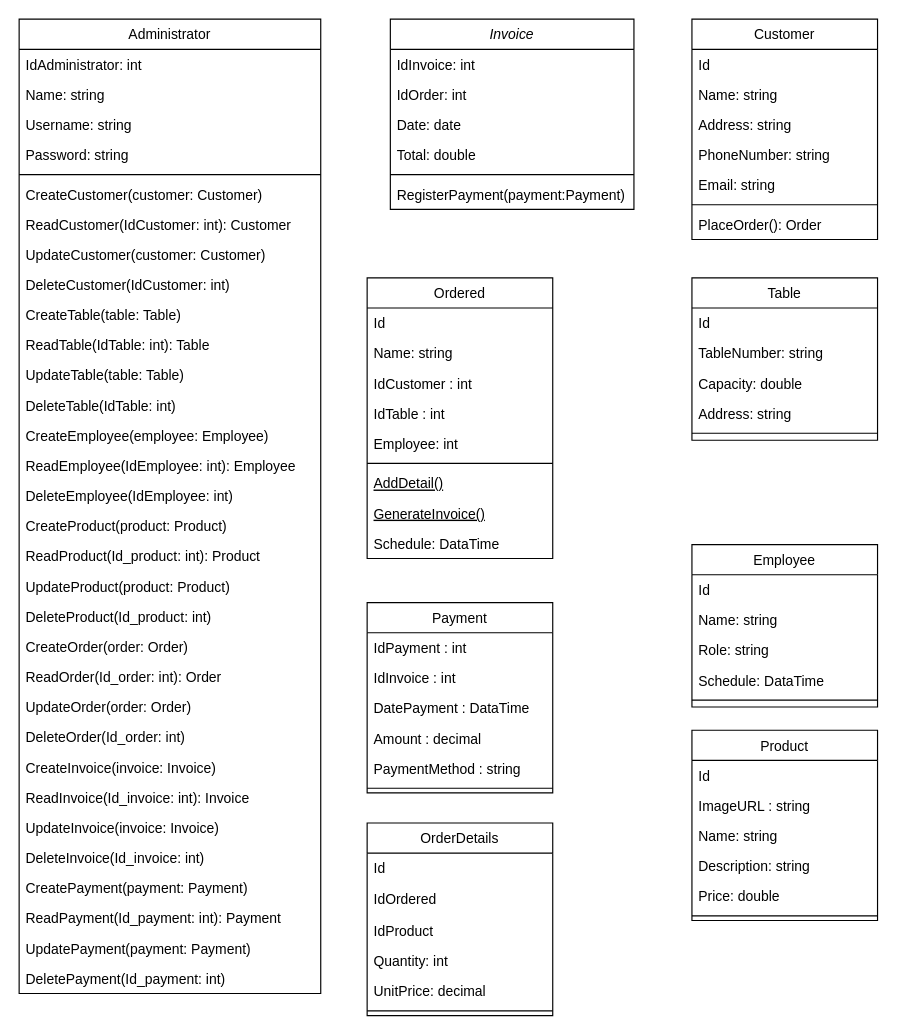
Above: page "CD" (1 of 3) of Documents/Diagrama sin título.drawio in KevinAlvarezD/RestAdmin (draw.io), before the change. Source tidied: cells renumbered, new cells numbered last; positions are measured from the earlier drawing's top-left corner, leaving out a move shared by most shapes. Both pictures are drawn from the tidied source at 116%, with x=0, y=0 at pixel (19, 19).
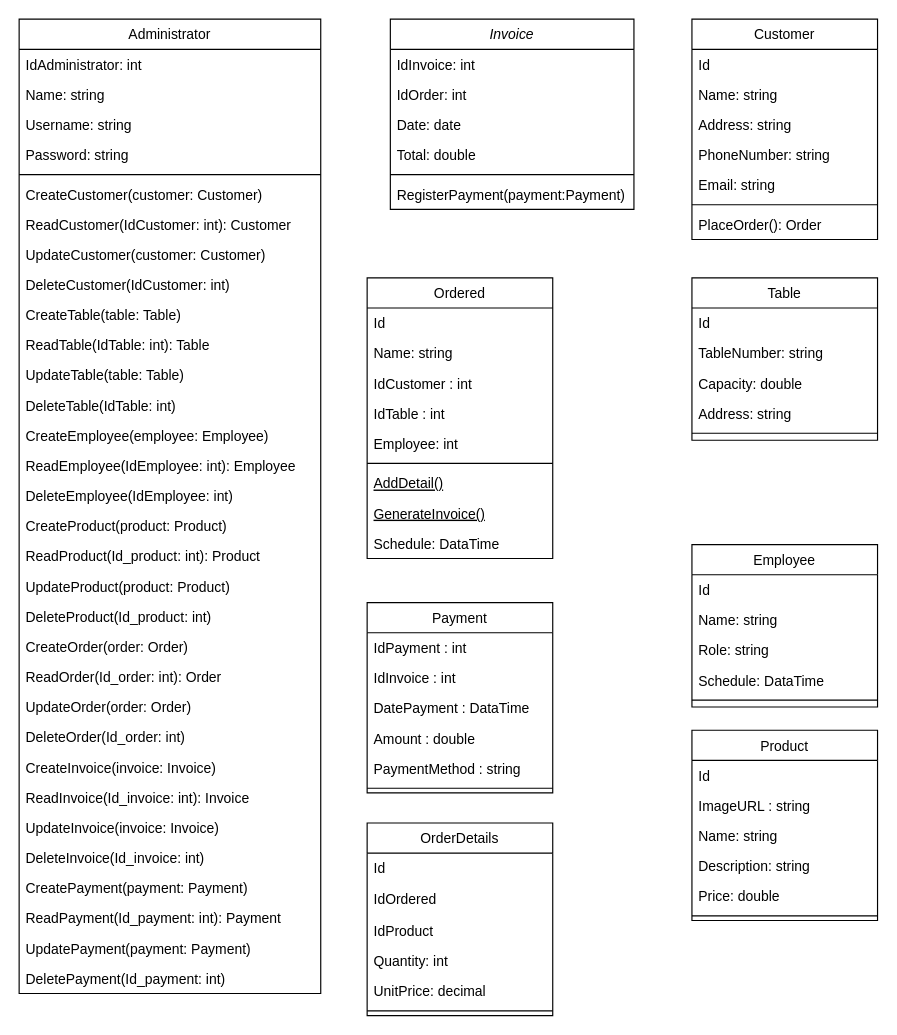
Above is the later version.

Unchanged cells that the change refers to:
```xml
<mxCell id="46" value="Payment" style="swimlane;fontStyle=0;align=center;verticalAlign=top;horizontal=1;startSize=26;rounded=0;shadow=0;strokeWidth=1;" parent="1" vertex="1">
  <mxGeometry x="300" y="503" width="160" height="164" as="geometry" />
</mxCell>
```

Change to the diagram source:
```diff
@@
-    <mxCell id="50" value="Amount : decimal" style="text;align=left;verticalAlign=top;spacingLeft=4;spacingRight=4;overflow=hidden;rounded=0;shadow=0;html=0;" parent="46" vertex="1">
+    <mxCell id="50" value="Amount : double" style="text;align=left;verticalAlign=top;spacingLeft=4;spacingRight=4;overflow=hidden;rounded=0;shadow=0;html=0;" parent="46" vertex="1">
       <mxGeometry y="104" width="160" height="26" as="geometry" />
     </mxCell>
```
